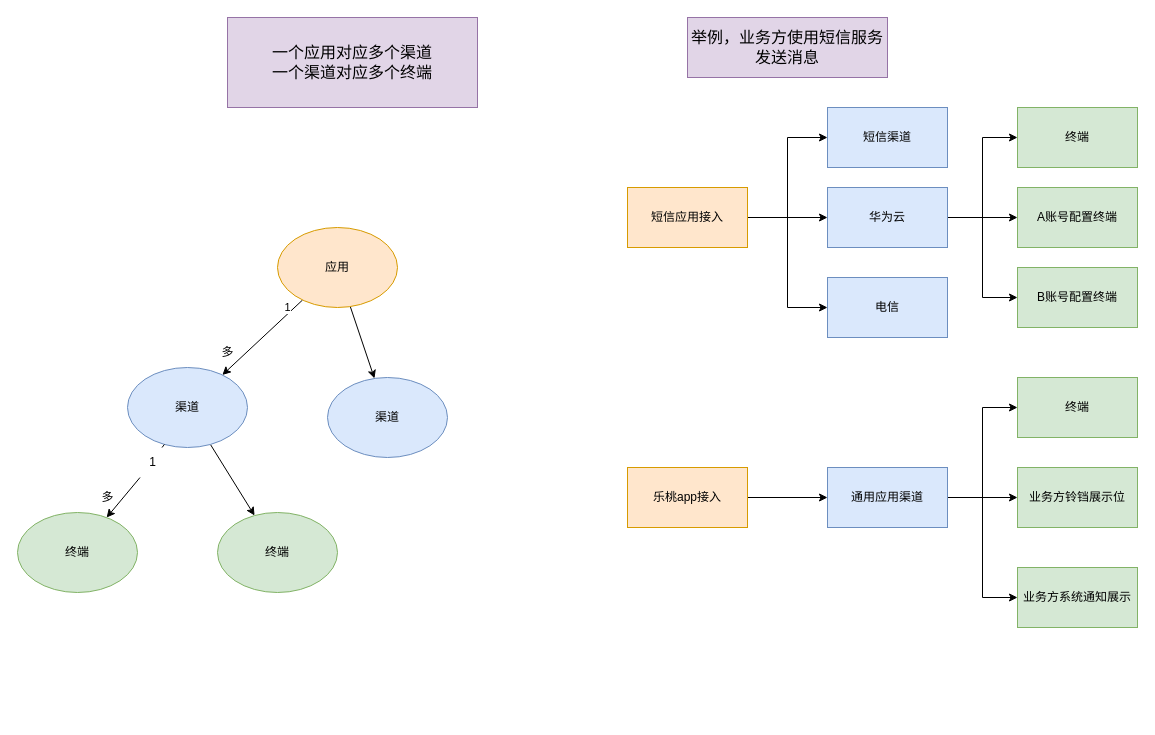
Earlier version of the draw.io diagram page "第 2 页" (2 of 2) of 中台/未命名绘图.drawio (gudujiujian11/diagram). Source tidied: cells renumbered, new cells numbered last; positions are measured from the earlier drawing's top-left corner, leaving out a move shared by most shapes. Both pictures are drawn from the tidied source at 100%, with x=0, y=0 at pixel (17, 17).
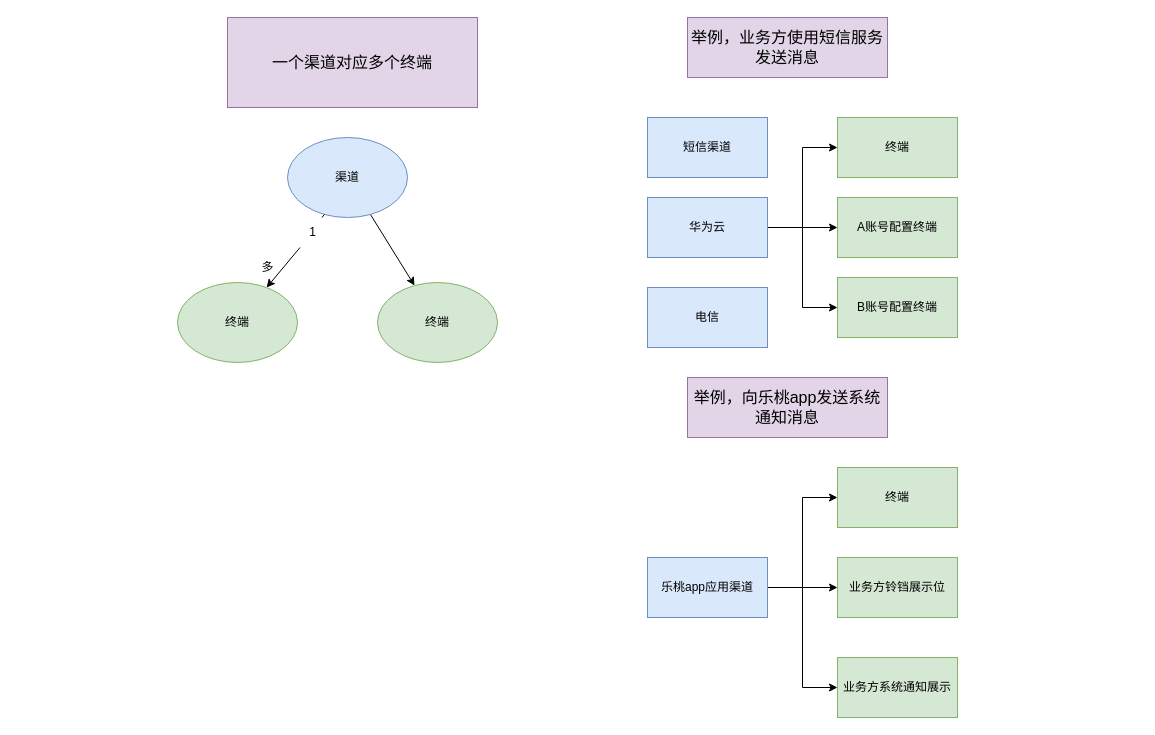
Above is the later version.

The edit, as a diff of the source:
```diff
@@
-    <mxCell id="2" style="edgeStyle=none;rounded=0;jettySize=auto;html=1;" parent="1" edge="1" source="5" target="8">
-      <mxGeometry relative="1" as="geometry" />
-    </mxCell>
-    <mxCell id="3" value="1" style="edgeLabel;html=1;align=center;verticalAlign=middle;" parent="2" vertex="1">
-      <mxGeometry x="-0.14" y="-4" relative="1" as="geometry">
-        <mxPoint x="22" y="-22" as="offset" />
-      </mxGeometry>
-    </mxCell>
-    <mxCell id="4" style="edgeStyle=none;rounded=0;jettySize=auto;html=1;" parent="1" edge="1" source="5" target="9">
-      <mxGeometry relative="1" as="geometry" />
-    </mxCell>
-    <mxCell id="5" value="应用" style="ellipse;whiteSpace=wrap;html=1;fillStyle=auto;fillColor=#ffe6cc;strokeColor=#d79b00;" parent="1" vertex="1">
-      <mxGeometry x="260" y="210" width="120" height="80" as="geometry" />
-    </mxCell>
@@
     <mxCell id="8" value="渠道" style="ellipse;whiteSpace=wrap;html=1;fillStyle=auto;fillColor=#dae8fc;strokeColor=#6c8ebf;" parent="1" vertex="1">
-      <mxGeometry x="110" y="350" width="120" height="80" as="geometry" />
+      <mxGeometry x="270" y="120" width="120" height="80" as="geometry" />
     </mxCell>
-    <mxCell id="9" value="渠道" style="ellipse;whiteSpace=wrap;html=1;fillStyle=auto;fillColor=#dae8fc;strokeColor=#6c8ebf;" parent="1" vertex="1">
-      <mxGeometry x="310" y="360" width="120" height="80" as="geometry" />
-    </mxCell>
     <mxCell id="10" value="终端" style="ellipse;whiteSpace=wrap;html=1;fillStyle=auto;fillColor=#d5e8d4;strokeColor=#82b366;" parent="1" vertex="1">
-      <mxGeometry y="495" width="120" height="80" as="geometry" />
+      <mxGeometry x="160" y="265" width="120" height="80" as="geometry" />
     </mxCell>
     <mxCell id="11" value="终端" style="ellipse;whiteSpace=wrap;html=1;fillStyle=auto;fillColor=#d5e8d4;strokeColor=#82b366;" parent="1" vertex="1">
-      <mxGeometry x="200" y="495" width="120" height="80" as="geometry" />
+      <mxGeometry x="360" y="265" width="120" height="80" as="geometry" />
     </mxCell>
-    <mxCell id="12" value="多" style="text;html=1;align=center;verticalAlign=middle;strokeColor=none;fillColor=none;" parent="1" vertex="1">
-      <mxGeometry x="190" y="320" width="40" height="30" as="geometry" />
-    </mxCell>
     <mxCell id="13" value="1" style="text;html=1;align=center;verticalAlign=middle;points=[];strokeColor=none;fillColor=none;fillStyle=auto;" parent="1" vertex="1">
-      <mxGeometry x="120" y="430" width="30" height="30" as="geometry" />
+      <mxGeometry x="280" y="200" width="30" height="30" as="geometry" />
     </mxCell>
@@
     <mxCell id="15" value="多" style="text;html=1;align=center;verticalAlign=middle;strokeColor=none;fillColor=none;fillStyle=auto;" parent="1" vertex="1">
-      <mxGeometry x="70" y="465" width="40" height="30" as="geometry" />
+      <mxGeometry x="230" y="235" width="40" height="30" as="geometry" />
     </mxCell>
-    <mxCell id="16" value="一个应用对应多个渠道&lt;br style=&quot;font-size: 16px;&quot;&gt;一个渠道对应多个终端" style="rounded=0;whiteSpace=wrap;html=1;fillStyle=auto;labelPosition=center;verticalLabelPosition=middle;align=center;verticalAlign=middle;fillColor=#e1d5e7;strokeColor=#9673a6;fontSize=16;" parent="1" vertex="1">
+    <mxCell id="16" value="一个渠道对应多个终端" style="rounded=0;whiteSpace=wrap;html=1;fillStyle=auto;labelPosition=center;verticalLabelPosition=middle;align=center;verticalAlign=middle;fillColor=#e1d5e7;strokeColor=#9673a6;fontSize=16;" parent="1" vertex="1">
       <mxGeometry x="210" width="250" height="90" as="geometry" />
     </mxCell>
@@
-    <mxCell id="18" style="edgeStyle=orthogonalEdgeStyle;rounded=0;jettySize=auto;html=1;entryX=0;entryY=0.5;entryDx=0;entryDy=0;" parent="1" edge="1" source="21" target="22">
-      <mxGeometry relative="1" as="geometry" />
-    </mxCell>
-    <mxCell id="19" style="edgeStyle=orthogonalEdgeStyle;rounded=0;jettySize=auto;html=1;" parent="1" edge="1" source="21" target="26">
-      <mxGeometry relative="1" as="geometry" />
-    </mxCell>
-    <mxCell id="20" style="edgeStyle=orthogonalEdgeStyle;rounded=0;jettySize=auto;html=1;entryX=0;entryY=0.5;entryDx=0;entryDy=0;" parent="1" edge="1" source="21" target="27">
-      <mxGeometry relative="1" as="geometry" />
-    </mxCell>
-    <mxCell id="21" value="短信应用接入" style="rounded=0;whiteSpace=wrap;html=1;fillColor=#ffe6cc;strokeColor=#d79b00;" parent="1" vertex="1">
-      <mxGeometry x="610" y="170" width="120" height="60" as="geometry" />
-    </mxCell>
     <mxCell id="22" value="短信渠道" style="rounded=0;whiteSpace=wrap;html=1;fillColor=#dae8fc;strokeColor=#6c8ebf;" parent="1" vertex="1">
-      <mxGeometry x="810" y="90" width="120" height="60" as="geometry" />
+      <mxGeometry x="630" y="100" width="120" height="60" as="geometry" />
     </mxCell>
@@
     <mxCell id="26" value="华为云" style="rounded=0;whiteSpace=wrap;html=1;fillColor=#dae8fc;strokeColor=#6c8ebf;" parent="1" vertex="1">
-      <mxGeometry x="810" y="170" width="120" height="60" as="geometry" />
+      <mxGeometry x="630" y="180" width="120" height="60" as="geometry" />
     </mxCell>
     <mxCell id="27" value="电信" style="rounded=0;whiteSpace=wrap;html=1;fillColor=#dae8fc;strokeColor=#6c8ebf;" parent="1" vertex="1">
-      <mxGeometry x="810" y="260" width="120" height="60" as="geometry" />
+      <mxGeometry x="630" y="270" width="120" height="60" as="geometry" />
     </mxCell>
     <mxCell id="28" value="终端" style="whiteSpace=wrap;html=1;fillColor=#d5e8d4;strokeColor=#82b366;rounded=0;" parent="1" vertex="1">
-      <mxGeometry x="1000" y="90" width="120" height="60" as="geometry" />
+      <mxGeometry x="820" y="100" width="120" height="60" as="geometry" />
     </mxCell>
     <mxCell id="29" value="A账号配置终端" style="whiteSpace=wrap;html=1;fillColor=#d5e8d4;strokeColor=#82b366;rounded=0;" parent="1" vertex="1">
-      <mxGeometry x="1000" y="170" width="120" height="60" as="geometry" />
+      <mxGeometry x="820" y="180" width="120" height="60" as="geometry" />
     </mxCell>
     <mxCell id="30" value="B账号配置终端" style="whiteSpace=wrap;html=1;fillColor=#d5e8d4;strokeColor=#82b366;rounded=0;" parent="1" vertex="1">
-      <mxGeometry x="1000" y="250" width="120" height="60" as="geometry" />
+      <mxGeometry x="820" y="260" width="120" height="60" as="geometry" />
     </mxCell>
-    <mxCell id="31" style="edgeStyle=orthogonalEdgeStyle;rounded=0;jettySize=auto;html=1;entryX=0;entryY=0.5;entryDx=0;entryDy=0;" parent="1" edge="1" source="32" target="36">
-      <mxGeometry relative="1" as="geometry" />
-    </mxCell>
-    <mxCell id="32" value="乐桃app接入" style="rounded=0;whiteSpace=wrap;html=1;fillColor=#ffe6cc;strokeColor=#d79b00;" parent="1" vertex="1">
-      <mxGeometry x="610" y="450" width="120" height="60" as="geometry" />
-    </mxCell>
@@
-    <mxCell id="36" value="通用应用渠道" style="rounded=0;whiteSpace=wrap;html=1;fillColor=#dae8fc;strokeColor=#6c8ebf;" parent="1" vertex="1">
-      <mxGeometry x="810" y="450" width="120" height="60" as="geometry" />
+    <mxCell id="36" value="乐桃app应用渠道" style="rounded=0;whiteSpace=wrap;html=1;fillColor=#dae8fc;strokeColor=#6c8ebf;" parent="1" vertex="1">
+      <mxGeometry x="630" y="540" width="120" height="60" as="geometry" />
     </mxCell>
     <mxCell id="37" value="终端" style="whiteSpace=wrap;html=1;fillColor=#d5e8d4;strokeColor=#82b366;rounded=0;" parent="1" vertex="1">
-      <mxGeometry x="1000" y="360" width="120" height="60" as="geometry" />
+      <mxGeometry x="820" y="450" width="120" height="60" as="geometry" />
     </mxCell>
     <mxCell id="38" value="业务方铃铛展示位" style="whiteSpace=wrap;html=1;fillColor=#d5e8d4;strokeColor=#82b366;rounded=0;" parent="1" vertex="1">
-      <mxGeometry x="1000" y="450" width="120" height="60" as="geometry" />
+      <mxGeometry x="820" y="540" width="120" height="60" as="geometry" />
     </mxCell>
     <mxCell id="39" value="业务方系统通知展示" style="whiteSpace=wrap;html=1;fillColor=#d5e8d4;strokeColor=#82b366;rounded=0;" parent="1" vertex="1">
-      <mxGeometry x="1000" y="550" width="120" height="60" as="geometry" />
+      <mxGeometry x="820" y="640" width="120" height="60" as="geometry" />
     </mxCell>
@@
+    <mxCell id="41" value="举例，向乐桃app发送系统通知消息" style="rounded=0;whiteSpace=wrap;html=1;fillStyle=auto;labelPosition=center;verticalLabelPosition=middle;align=center;verticalAlign=middle;fillColor=#e1d5e7;strokeColor=#9673a6;fontSize=16;" parent="1" vertex="1">
+      <mxGeometry x="670" y="360" width="200" height="60" as="geometry" />
+    </mxCell>
```
